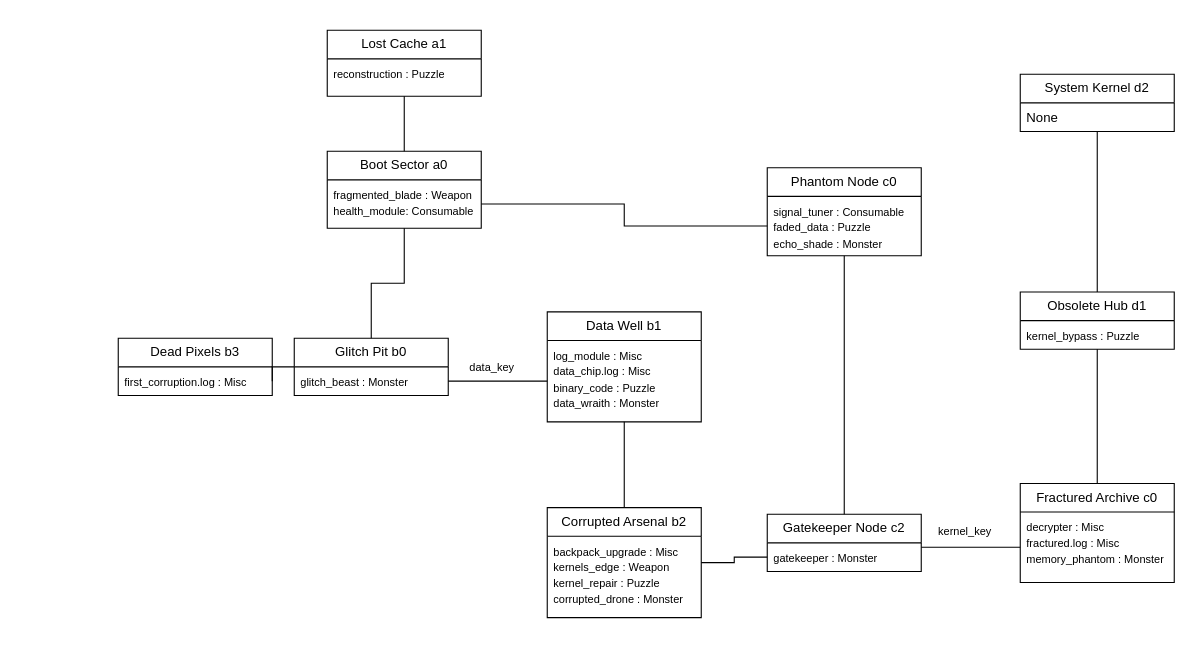
Above: diagrams/game_map.drawio in rey301/game_corrupted_labyrinth (draw.io), before the change. Source tidied: cells renumbered, new cells numbered last; positions are measured from the earlier drawing's top-left corner, leaving out a move shared by most shapes. Both pictures are drawn from the tidied source at 110%, with x=0, y=0 at pixel (118, 30).
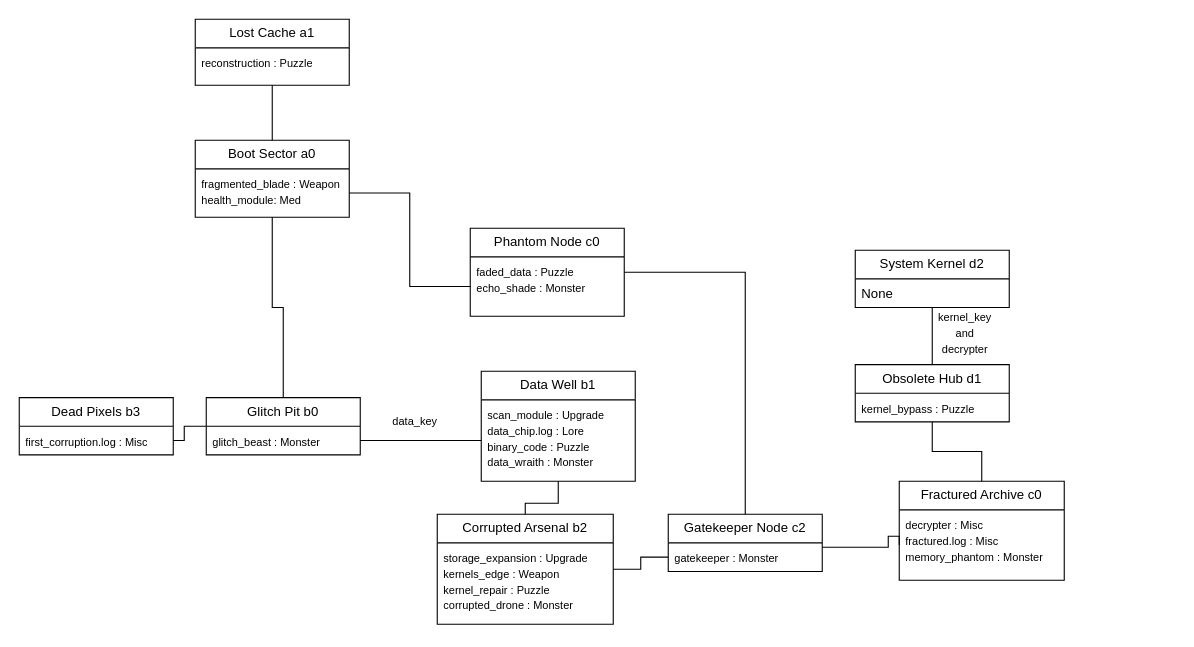
After the change.

What changed in the source:
```diff
@@
     <mxCell id="3" value="Boot Sector a0" style="swimlane;fontStyle=0;horizontal=1;startSize=26;fillColor=none;whiteSpace=wrap;html=1;" parent="1" vertex="1">
-      <mxGeometry x="190" y="110" width="140" height="70" as="geometry" />
+      <mxGeometry x="70" y="100" width="140" height="70" as="geometry" />
     </mxCell>
-    <mxCell id="4" value="&lt;span style=&quot;font-size: 10px;&quot;&gt;fragmented_blade : Weapon&lt;/span&gt;&lt;div&gt;&lt;span style=&quot;font-size: 10px;&quot;&gt;health_module: Consumable&lt;/span&gt;&lt;/div&gt;&lt;div&gt;&lt;span style=&quot;font-size: 10px;&quot;&gt;&lt;br&gt;&lt;/span&gt;&lt;/div&gt;" style="text;strokeColor=none;fillColor=none;align=left;verticalAlign=top;spacingLeft=4;spacingRight=4;overflow=hidden;points=[[0,0.5],[1,0.5]];portConstraint=eastwest;whiteSpace=wrap;html=1;" parent="3" vertex="1">
+    <mxCell id="4" value="&lt;span style=&quot;font-size: 10px;&quot;&gt;fragmented_blade : Weapon&lt;/span&gt;&lt;div&gt;&lt;span style=&quot;font-size: 10px;&quot;&gt;health_module: Med&lt;/span&gt;&lt;/div&gt;&lt;div&gt;&lt;span style=&quot;font-size: 10px;&quot;&gt;&lt;br&gt;&lt;/span&gt;&lt;/div&gt;" style="text;strokeColor=none;fillColor=none;align=left;verticalAlign=top;spacingLeft=4;spacingRight=4;overflow=hidden;points=[[0,0.5],[1,0.5]];portConstraint=eastwest;whiteSpace=wrap;html=1;" parent="3" vertex="1">
       <mxGeometry y="26" width="140" height="44" as="geometry" />
     </mxCell>
@@
     <mxCell id="6" value="Lost Cache a1" style="swimlane;fontStyle=0;horizontal=1;startSize=26;fillColor=none;whiteSpace=wrap;html=1;" parent="1" vertex="1">
-      <mxGeometry x="190" width="140" height="60" as="geometry" />
+      <mxGeometry x="70" y="-10" width="140" height="60" as="geometry" />
     </mxCell>
@@
     <mxCell id="9" value="Glitch Pit b0" style="swimlane;fontStyle=0;horizontal=1;startSize=26;fillColor=none;whiteSpace=wrap;html=1;" parent="1" vertex="1">
-      <mxGeometry x="160" y="280" width="140" height="52" as="geometry" />
+      <mxGeometry x="80" y="334" width="140" height="52" as="geometry" />
     </mxCell>
@@
     <mxCell id="11" value="Dead Pixels b3" style="swimlane;fontStyle=0;horizontal=1;startSize=26;fillColor=none;whiteSpace=wrap;html=1;" parent="1" vertex="1">
-      <mxGeometry y="280" width="140" height="52" as="geometry" />
+      <mxGeometry x="-90" y="334" width="140" height="52" as="geometry" />
     </mxCell>
@@
     <mxCell id="14" value="Data Well b1" style="swimlane;fontStyle=0;horizontal=1;startSize=26;fillColor=none;whiteSpace=wrap;html=1;" parent="1" vertex="1">
-      <mxGeometry x="390" y="256" width="140" height="100" as="geometry" />
+      <mxGeometry x="330" y="310" width="140" height="100" as="geometry" />
     </mxCell>
-    <mxCell id="15" value="&lt;span style=&quot;font-size: 10px;&quot;&gt;log_module : Misc&lt;/span&gt;&lt;div&gt;&lt;span style=&quot;font-size: 10px;&quot;&gt;data_chip.log : Misc&lt;/span&gt;&lt;/div&gt;&lt;div&gt;&lt;span style=&quot;font-size: 10px;&quot;&gt;binary_code : Puzzle&lt;/span&gt;&lt;/div&gt;&lt;div&gt;&lt;span style=&quot;font-size: 10px;&quot;&gt;data_wraith : Monster&lt;/span&gt;&lt;/div&gt;" style="text;strokeColor=none;fillColor=none;align=left;verticalAlign=top;spacingLeft=4;spacingRight=4;overflow=hidden;points=[[0,0.5],[1,0.5]];portConstraint=eastwest;whiteSpace=wrap;html=1;" parent="14" vertex="1">
+    <mxCell id="15" value="&lt;span style=&quot;font-size: 10px;&quot;&gt;scan_module : Upgrade&lt;/span&gt;&lt;div&gt;&lt;span style=&quot;font-size: 10px;&quot;&gt;data_chip.log : Lore&lt;/span&gt;&lt;/div&gt;&lt;div&gt;&lt;span style=&quot;font-size: 10px;&quot;&gt;binary_code : Puzzle&lt;/span&gt;&lt;/div&gt;&lt;div&gt;&lt;span style=&quot;font-size: 10px;&quot;&gt;data_wraith : Monster&lt;/span&gt;&lt;/div&gt;" style="text;strokeColor=none;fillColor=none;align=left;verticalAlign=top;spacingLeft=4;spacingRight=4;overflow=hidden;points=[[0,0.5],[1,0.5]];portConstraint=eastwest;whiteSpace=wrap;html=1;" parent="14" vertex="1">
       <mxGeometry y="26" width="140" height="74" as="geometry" />
     </mxCell>
@@
     <mxCell id="17" value="Corrupted Arsenal b2" style="swimlane;fontStyle=0;horizontal=1;startSize=26;fillColor=none;whiteSpace=wrap;html=1;" parent="1" vertex="1">
-      <mxGeometry x="390" y="434" width="140" height="100" as="geometry" />
+      <mxGeometry x="290" y="440" width="160" height="100" as="geometry" />
     </mxCell>
-    <mxCell id="18" value="&lt;span style=&quot;font-size: 10px;&quot;&gt;backpack_upgrade : Misc&lt;/span&gt;&lt;div&gt;&lt;span style=&quot;font-size: 10px;&quot;&gt;kernels_edge : Weapon&lt;/span&gt;&lt;/div&gt;&lt;div&gt;&lt;span style=&quot;font-size: 10px;&quot;&gt;kernel_repair : Puzzle&lt;/span&gt;&lt;/div&gt;&lt;div&gt;&lt;span style=&quot;font-size: 10px;&quot;&gt;corrupted_drone : Monster&lt;/span&gt;&lt;/div&gt;" style="text;strokeColor=none;fillColor=none;align=left;verticalAlign=top;spacingLeft=4;spacingRight=4;overflow=hidden;whiteSpace=wrap;html=1;" parent="17" vertex="1">
-      <mxGeometry y="26" width="140" height="74" as="geometry" />
+    <mxCell id="18" value="&lt;span style=&quot;font-size: 10px;&quot;&gt;storage_expansion : Upgrade&lt;/span&gt;&lt;div&gt;&lt;span style=&quot;font-size: 10px;&quot;&gt;kernels_edge : Weapon&lt;/span&gt;&lt;/div&gt;&lt;div&gt;&lt;span style=&quot;font-size: 10px;&quot;&gt;kernel_repair : Puzzle&lt;/span&gt;&lt;/div&gt;&lt;div&gt;&lt;span style=&quot;font-size: 10px;&quot;&gt;corrupted_drone : Monster&lt;/span&gt;&lt;/div&gt;" style="text;strokeColor=none;fillColor=none;align=left;verticalAlign=top;spacingLeft=4;spacingRight=4;overflow=hidden;whiteSpace=wrap;html=1;" parent="17" vertex="1">
+      <mxGeometry y="26" width="160" height="74" as="geometry" />
     </mxCell>
     <mxCell id="19" style="edgeStyle=orthogonalEdgeStyle;rounded=0;jettySize=auto;html=1;entryX=0;entryY=0.5;entryDx=0;entryDy=0;endArrow=none;endFill=0;" parent="1" edge="1" source="20" target="26">
       <mxGeometry relative="1" as="geometry">
         <Array as="points">
-          <mxPoint x="760" y="470" />
-          <mxPoint x="760" y="470" />
+          <mxPoint x="700" y="470" />
+          <mxPoint x="700" y="460" />
+          <mxPoint x="710" y="460" />
         </Array>
       </mxGeometry>
     </mxCell>
     <mxCell id="20" value="Gatekeeper Node c2" style="swimlane;fontStyle=0;horizontal=1;startSize=26;fillColor=none;whiteSpace=wrap;html=1;" parent="1" vertex="1">
-      <mxGeometry x="590" y="440" width="140" height="52" as="geometry" />
+      <mxGeometry x="500" y="440" width="140" height="52" as="geometry" />
     </mxCell>
@@
     <mxCell id="23" value="Phantom Node c0" style="swimlane;fontStyle=0;horizontal=1;startSize=26;fillColor=none;whiteSpace=wrap;html=1;" parent="1" vertex="1">
-      <mxGeometry x="590" y="125" width="140" height="80" as="geometry" />
+      <mxGeometry x="320" y="180" width="140" height="80" as="geometry" />
     </mxCell>
-    <mxCell id="24" value="&lt;font style=&quot;font-size: 10px;&quot;&gt;signal_tuner : Consumable&lt;/font&gt;&lt;div&gt;&lt;font style=&quot;font-size: 10px;&quot;&gt;faded_data : Puzzle&lt;/font&gt;&lt;/div&gt;&lt;div&gt;&lt;span style=&quot;font-size: 10px;&quot;&gt;echo_shade : Monster&lt;/span&gt;&lt;/div&gt;" style="text;strokeColor=none;fillColor=none;align=left;verticalAlign=top;spacingLeft=4;spacingRight=4;overflow=hidden;points=[[0,0.5],[1,0.5]];portConstraint=eastwest;whiteSpace=wrap;html=1;" parent="23" vertex="1">
+    <mxCell id="24" value="&lt;div&gt;&lt;font style=&quot;font-size: 10px;&quot;&gt;faded_data : Puzzle&lt;/font&gt;&lt;/div&gt;&lt;div&gt;&lt;span style=&quot;font-size: 10px;&quot;&gt;echo_shade : Monster&lt;/span&gt;&lt;/div&gt;" style="text;strokeColor=none;fillColor=none;align=left;verticalAlign=top;spacingLeft=4;spacingRight=4;overflow=hidden;points=[[0,0.5],[1,0.5]];portConstraint=eastwest;whiteSpace=wrap;html=1;" parent="23" vertex="1">
       <mxGeometry y="26" width="140" height="54" as="geometry" />
     </mxCell>
     <mxCell id="25" value="Fractured Archive c0" style="swimlane;fontStyle=0;horizontal=1;startSize=26;fillColor=none;whiteSpace=wrap;html=1;" parent="1" vertex="1">
-      <mxGeometry x="820" y="412" width="140" height="90" as="geometry" />
+      <mxGeometry x="710" y="410" width="150" height="90" as="geometry" />
     </mxCell>
     <mxCell id="26" value="&lt;font style=&quot;font-size: 10px;&quot;&gt;decrypter : Misc&lt;/font&gt;&lt;div&gt;&lt;font style=&quot;font-size: 10px;&quot;&gt;fractured.log : Misc&lt;/font&gt;&lt;/div&gt;&lt;div&gt;&lt;font style=&quot;font-size: 10px;&quot;&gt;memory_phantom : Monster&lt;/font&gt;&lt;/div&gt;" style="text;strokeColor=none;fillColor=none;align=left;verticalAlign=top;spacingLeft=4;spacingRight=4;overflow=hidden;points=[[0,0.5],[1,0.5]];portConstraint=eastwest;whiteSpace=wrap;html=1;" parent="25" vertex="1">
-      <mxGeometry y="26" width="140" height="64" as="geometry" />
+      <mxGeometry y="26" width="150" height="64" as="geometry" />
     </mxCell>
@@
     <mxCell id="28" value="Obsolete Hub d1" style="swimlane;fontStyle=0;horizontal=1;startSize=26;fillColor=none;whiteSpace=wrap;html=1;" parent="1" vertex="1">
-      <mxGeometry x="820" y="238" width="140" height="52" as="geometry" />
+      <mxGeometry x="670" y="304" width="140" height="52" as="geometry" />
     </mxCell>
@@
     <mxCell id="31" value="System Kernel d2" style="swimlane;fontStyle=0;horizontal=1;startSize=26;fillColor=none;whiteSpace=wrap;html=1;" parent="1" vertex="1">
-      <mxGeometry x="820" y="40" width="140" height="52" as="geometry" />
+      <mxGeometry x="670" y="200" width="140" height="52" as="geometry" />
     </mxCell>
@@
     <mxCell id="35" value="&lt;font style=&quot;font-size: 10px;&quot;&gt;data_key&lt;/font&gt;" style="text;html=1;whiteSpace=wrap;strokeColor=none;fillColor=none;align=center;verticalAlign=middle;rounded=0;" parent="1" vertex="1">
-      <mxGeometry x="310" y="291" width="60" height="30" as="geometry" />
+      <mxGeometry x="240" y="340" width="60" height="30" as="geometry" />
     </mxCell>
-    <mxCell id="36" value="&lt;font style=&quot;font-size: 10px;&quot;&gt;kernel_key&lt;/font&gt;" style="text;html=1;whiteSpace=wrap;strokeColor=none;fillColor=none;align=center;verticalAlign=middle;rounded=0;" parent="1" vertex="1">
-      <mxGeometry x="740" y="440" width="60" height="30" as="geometry" />
+    <mxCell id="36" value="&lt;font style=&quot;font-size: 10px;&quot;&gt;kernel_key&lt;/font&gt;&lt;div&gt;&lt;font style=&quot;font-size: 10px;&quot;&gt;and decrypter&lt;/font&gt;&lt;/div&gt;" style="text;html=1;whiteSpace=wrap;strokeColor=none;fillColor=none;align=center;verticalAlign=middle;rounded=0;" parent="1" vertex="1">
+      <mxGeometry x="740" y="260" width="60" height="30" as="geometry" />
     </mxCell>
```
